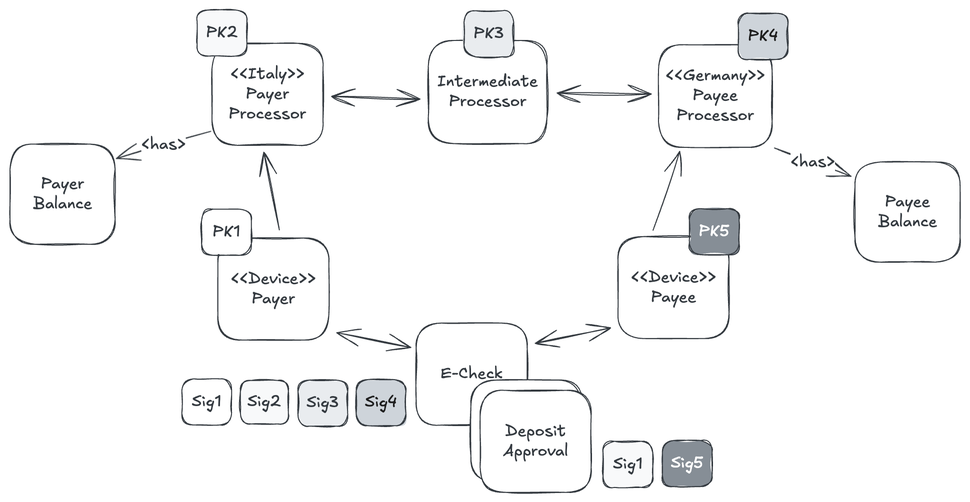
Earlier version of the Excalidraw export etc/UC_Cross_Border.png (libralinknetwork/libralink-protocol). Source tidied: one line per element, renumbered; positions are measured from the earlier drawing's top-left corner, leaving out a move shared by most shapes.
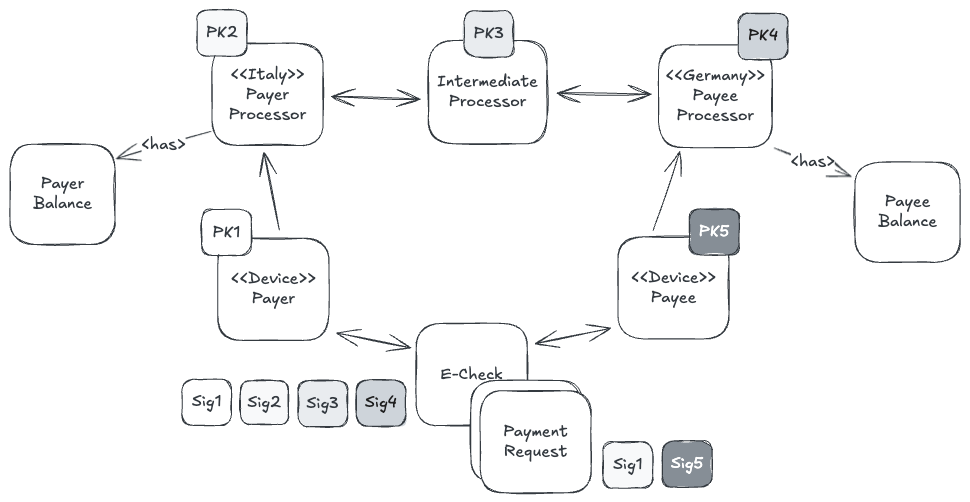
The same diagram one commit later.

Commit message:
CHANGE: slight refinement

What changed in the source:
```diff
@@ -49,4 +49,4 @@
 {"id": 48, "type": "rectangle", "strokeColor": "#343a40", "backgroundColor": "#f8f9fa", "fillStyle": "solid", "strokeWidth": 1, "roughness": 1, "round": true, "x": 230, "y": 371, "width": 48, "height": 44}
 {"id": 49, "type": "text", "text": "Sig2", "strokeColor": "#343a40", "backgroundColor": "#ffffff", "fillStyle": "solid", "strokeWidth": 1, "roughness": 1, "fontSize": 16, "fontFamily": 5, "textAlign": "center", "verticalAlign": "middle", "inside": 48, "x": 237, "y": 383, "width": 34, "height": 20}
 {"id": 50, "type": "rectangle", "strokeColor": "#343a40", "backgroundColor": "#ffffff", "fillStyle": "solid", "strokeWidth": 1, "roughness": 1, "round": true, "x": 470, "y": 381, "width": 111, "height": 102}
-{"id": 51, "type": "text", "text": "Deposit\nApproval", "strokeColor": "#343a40", "backgroundColor": "#ffffff", "fillStyle": "solid", "strokeWidth": 1, "roughness": 1, "fontSize": 16, "fontFamily": 5, "textAlign": "center", "verticalAlign": "middle", "inside": 50, "x": 493, "y": 412, "width": 65, "height": 40}
+{"id": 51, "type": "text", "text": "Payment\nRequest", "strokeColor": "#343a40", "backgroundColor": "#ffffff", "fillStyle": "solid", "strokeWidth": 1, "roughness": 1, "fontSize": 16, "fontFamily": 5, "textAlign": "center", "verticalAlign": "middle", "inside": 50, "x": 493, "y": 412, "width": 65, "height": 40}
```
